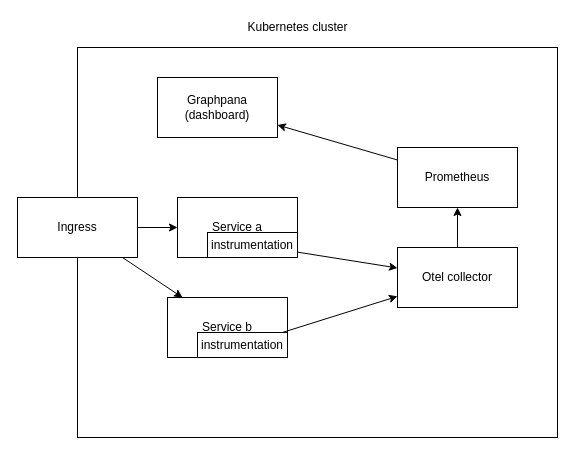
nponsard/rapport-polycode-s7 keeps this draw.io diagram as sketches/Q4-tracing/deployment.drawio. Above is the earlier version. Source tidied: cells renumbered, new cells numbered last; positions are measured from the earlier drawing's top-left corner, leaving out a move shared by most shapes. Both pictures are drawn from the tidied source at 100%, with x=0, y=0 at pixel (17, 17).
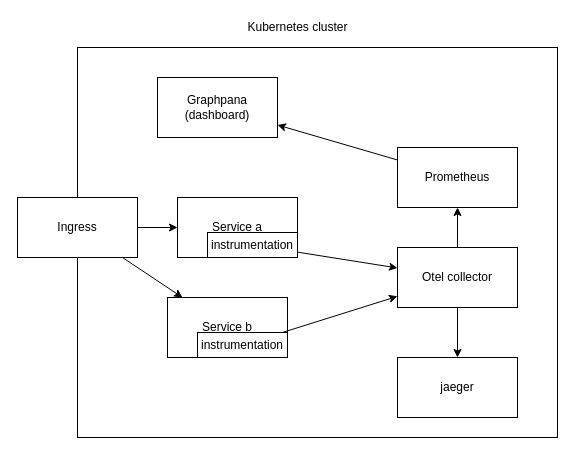
The same page after the edit.

Diff of the diagram source:
```diff
@@
 <mxGraphModel>
   <root>
     <mxCell id="0" />
     <mxCell id="1" parent="0" />
     <mxCell id="2" style="rounded=0;whiteSpace=wrap;html=1;" parent="1" vertex="1">
       <mxGeometry x="60" y="30" width="480" height="390" as="geometry" />
     </mxCell>
     <mxCell id="3" value="Kubernetes cluster" style="text;html=1;align=center;verticalAlign=middle;strokeColor=none;fillColor=none;" parent="1" vertex="1">
       <mxGeometry x="220" width="120" height="20" as="geometry" />
     </mxCell>
     <mxCell id="4" style="edgeStyle=none;html=1;" parent="1" edge="1" source="6" target="8">
       <mxGeometry relative="1" as="geometry" />
     </mxCell>
     <mxCell id="5" style="edgeStyle=none;html=1;" parent="1" edge="1" source="6" target="7">
       <mxGeometry relative="1" as="geometry" />
     </mxCell>
     <mxCell id="6" value="Ingress" style="rounded=0;whiteSpace=wrap;html=1;" parent="1" vertex="1">
       <mxGeometry y="180" width="120" height="60" as="geometry" />
     </mxCell>
     <mxCell id="7" value="Service b" style="rounded=0;whiteSpace=wrap;html=1;" parent="1" vertex="1">
       <mxGeometry x="150" y="280" width="120" height="60" as="geometry" />
     </mxCell>
     <mxCell id="8" value="Service a" style="rounded=0;whiteSpace=wrap;html=1;" parent="1" vertex="1">
       <mxGeometry x="160" y="180" width="120" height="60" as="geometry" />
     </mxCell>
     <mxCell id="9" style="edgeStyle=none;html=1;" parent="1" edge="1" source="10" target="16">
       <mxGeometry relative="1" as="geometry" />
     </mxCell>
+    <mxCell id="18" style="edgeStyle=none;html=1;" parent="1" edge="1" source="10" target="19">
+      <mxGeometry relative="1" as="geometry" />
+    </mxCell>
     <mxCell id="10" value="Otel collector" style="rounded=0;whiteSpace=wrap;html=1;" parent="1" vertex="1">
       <mxGeometry x="380" y="230" width="120" height="60" as="geometry" />
     </mxCell>
     <mxCell id="11" style="edgeStyle=none;html=1;" parent="1" edge="1" source="12" target="10">
       <mxGeometry relative="1" as="geometry" />
     </mxCell>
     <mxCell id="12" value="instrumentation" style="rounded=0;whiteSpace=wrap;html=1;" parent="1" vertex="1">
       <mxGeometry x="190" y="215" width="90" height="25" as="geometry" />
     </mxCell>
     <mxCell id="13" style="edgeStyle=none;html=1;" parent="1" edge="1" source="14" target="10">
       <mxGeometry relative="1" as="geometry" />
     </mxCell>
     <mxCell id="14" value="instrumentation" style="rounded=0;whiteSpace=wrap;html=1;" parent="1" vertex="1">
       <mxGeometry x="180" y="315" width="90" height="25" as="geometry" />
     </mxCell>
     <mxCell id="15" style="edgeStyle=none;html=1;" parent="1" edge="1" source="16" target="17">
       <mxGeometry relative="1" as="geometry" />
     </mxCell>
     <mxCell id="16" value="Prometheus" style="rounded=0;whiteSpace=wrap;html=1;" parent="1" vertex="1">
       <mxGeometry x="380" y="130" width="120" height="60" as="geometry" />
     </mxCell>
     <mxCell id="17" value="Graphpana (dashboard)" style="rounded=0;whiteSpace=wrap;html=1;" parent="1" vertex="1">
       <mxGeometry x="140" y="60" width="120" height="60" as="geometry" />
     </mxCell>
+    <mxCell id="19" value="jaeger" style="rounded=0;whiteSpace=wrap;html=1;" parent="1" vertex="1">
+      <mxGeometry x="380" y="340" width="120" height="60" as="geometry" />
+    </mxCell>
   </root>
 </mxGraphModel>
```
